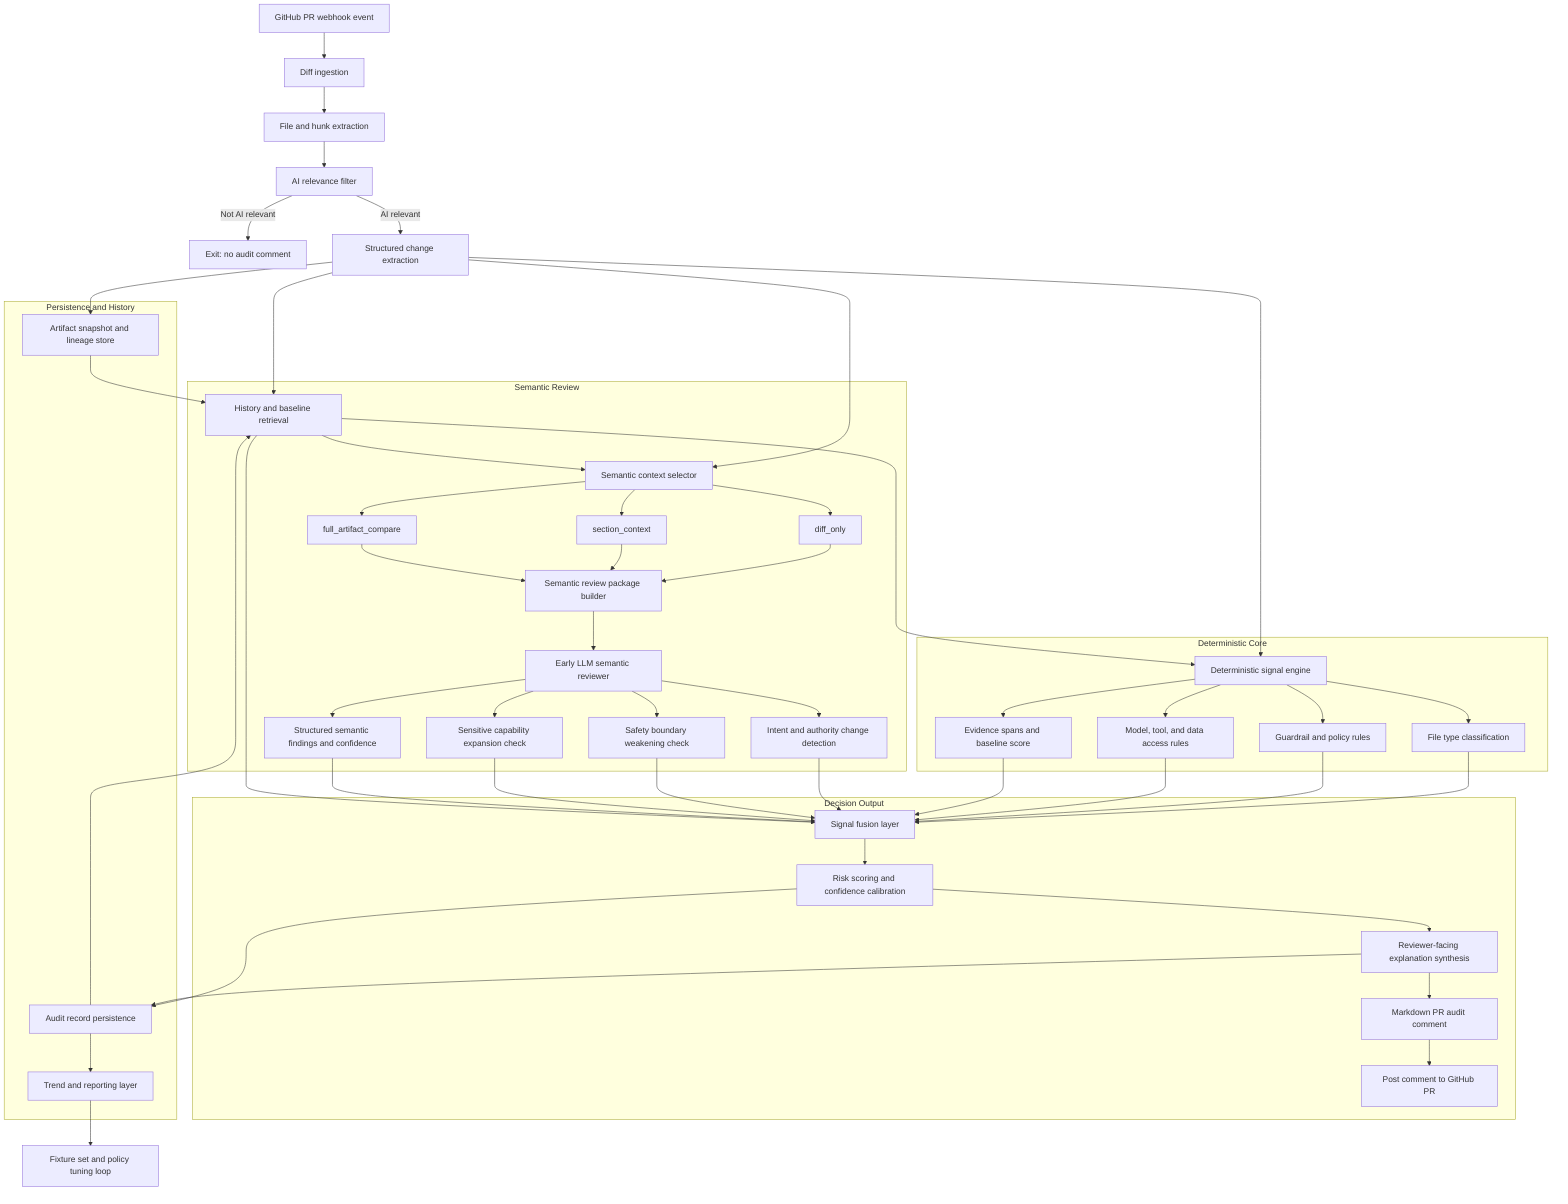
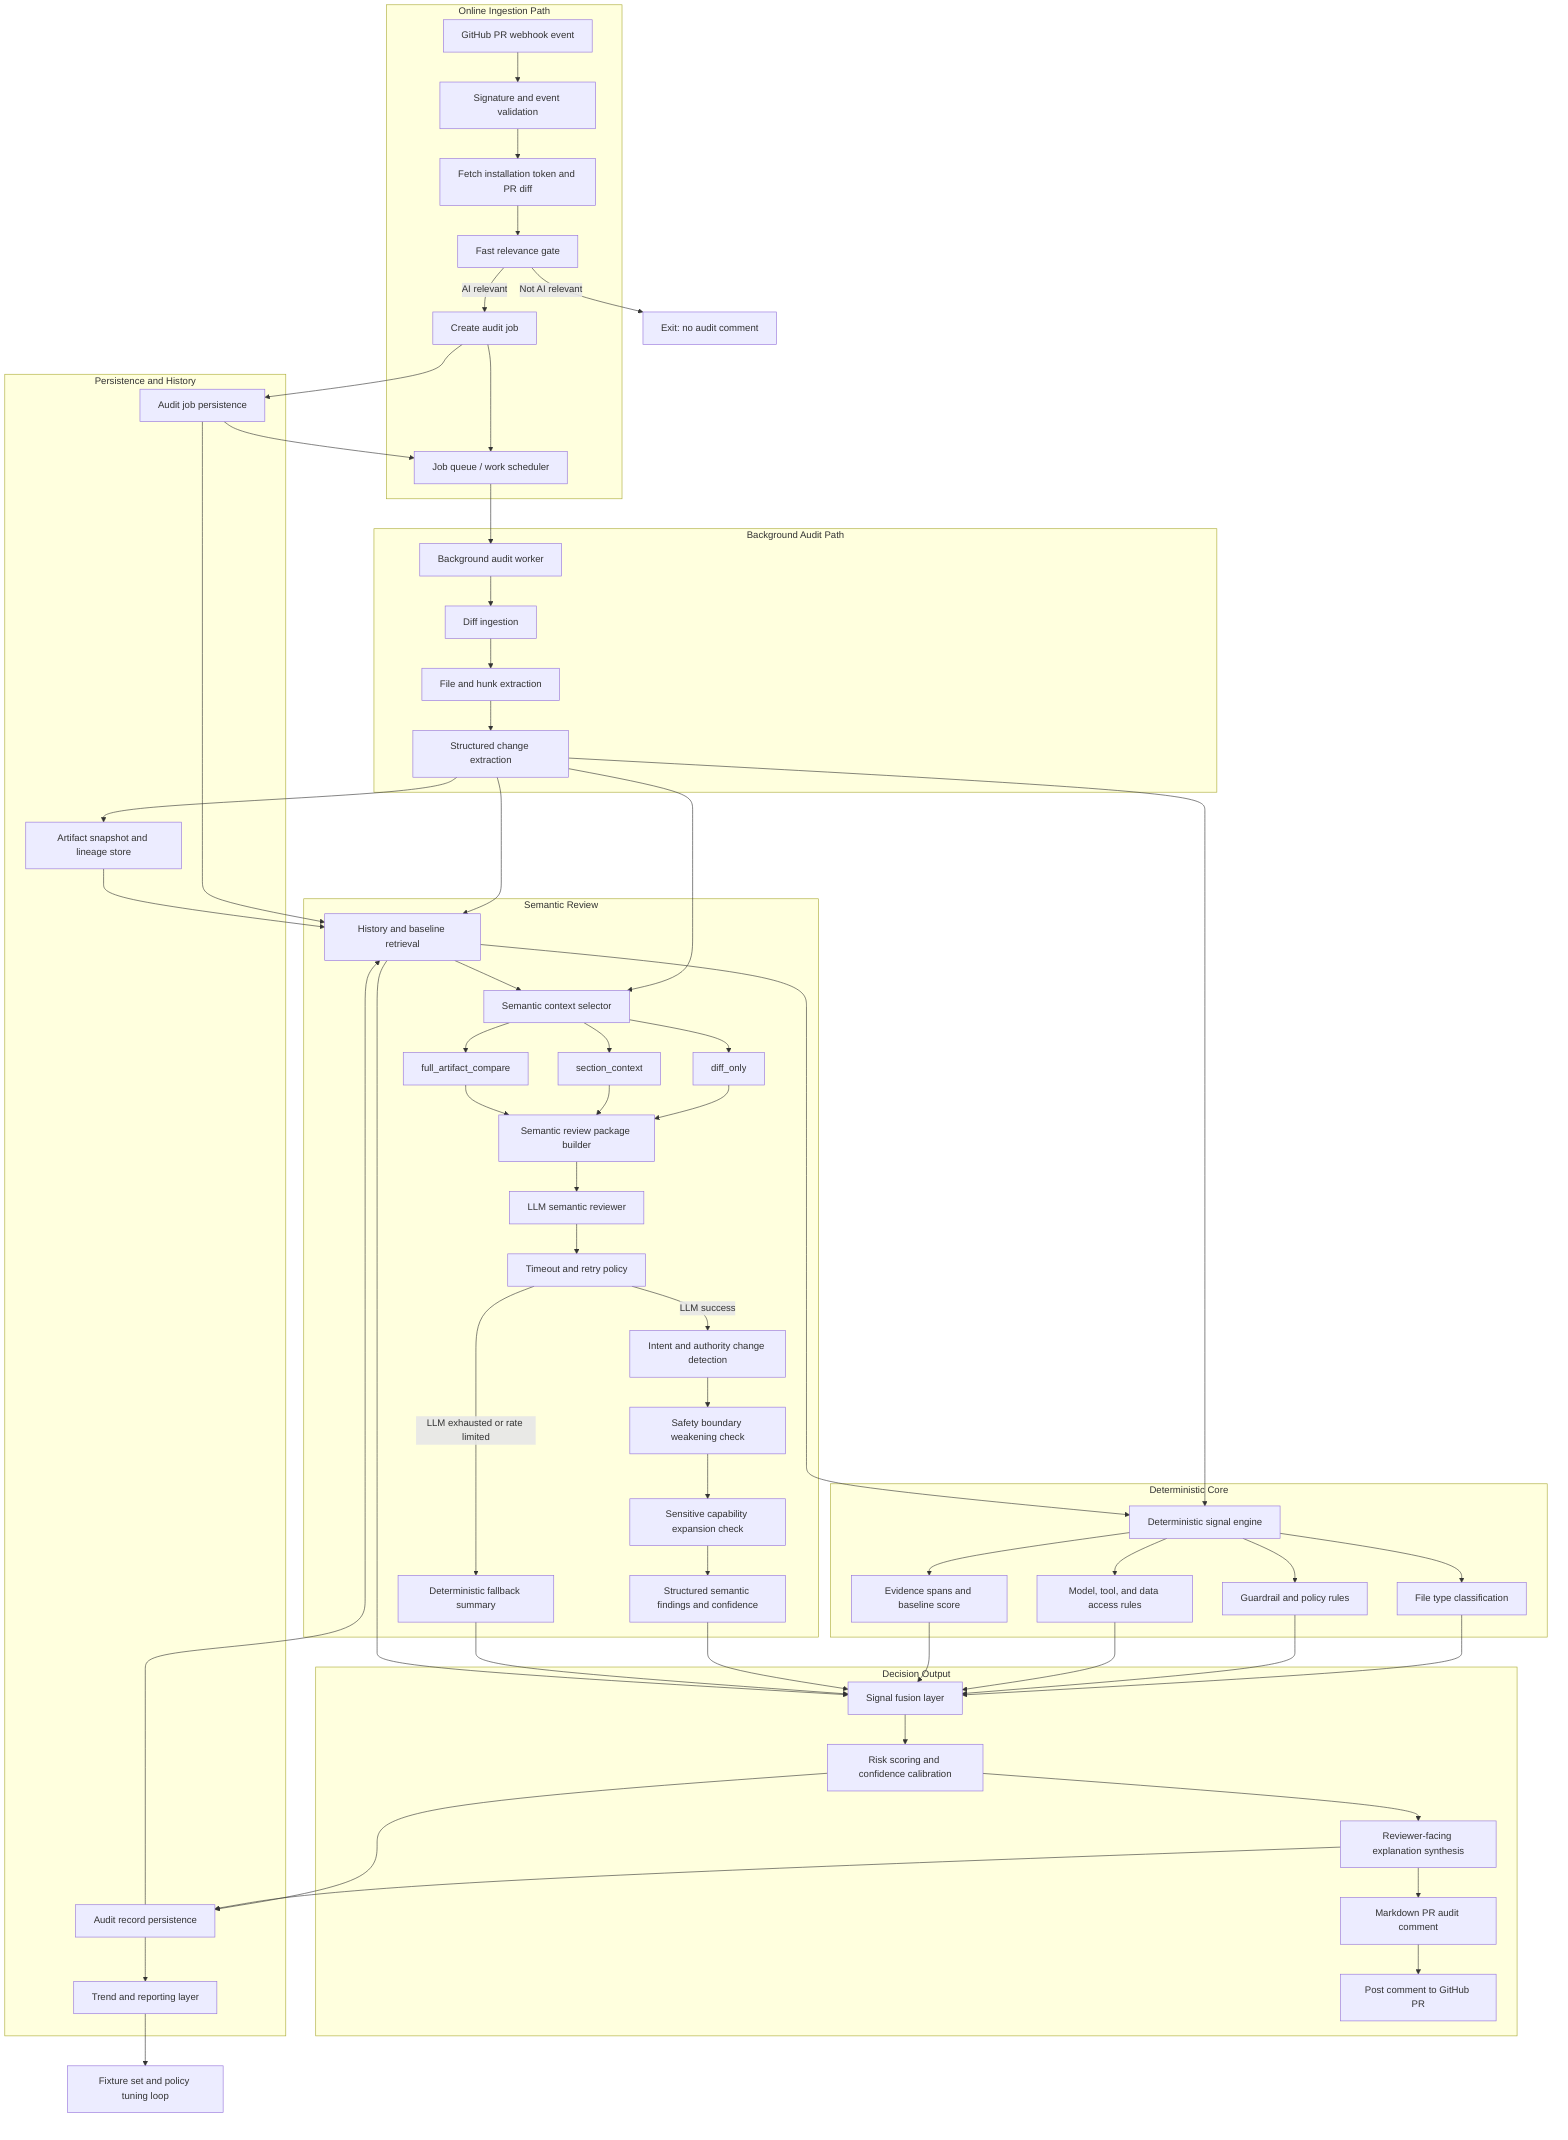
flowchart TD
-     A[GitHub PR webhook event] --> B[Diff ingestion]
+     A[GitHub PR webhook event] --> A1[Signature and event validation]
+     A1 --> A2[Fetch installation token and PR diff]
+     A2 --> A3[Fast relevance gate]
+ 
+     A3 -->|Not AI relevant| Z1[Exit: no audit comment]
+     A3 -->|AI relevant| Q1[Create audit job]
+     Q1 --> Q2[Job queue / work scheduler]
+     Q2 --> Q3[Background audit worker]
+ 
+     Q3 --> B[Diff ingestion]
    B --> C[File and hunk extraction]
-     C --> D[AI relevance filter]
+     C --> D[Structured change extraction]

-     D -->|Not AI relevant| Z1[Exit: no audit comment]
-     D -->|AI relevant| E[Structured change extraction]
- 
-     E --> R[History and baseline retrieval]
-     E --> X[Semantic context selector]
-     E --> F[Deterministic signal engine]
+     D --> R[History and baseline retrieval]
+     D --> X[Semantic context selector]
+     D --> F[Deterministic signal engine]
    R --> X
    R --> F
    X --> X1[diff_only]
    X --> X2[section_context]
    X --> X3[full_artifact_compare]
    X1 --> Y[Semantic review package builder]
    X2 --> Y
    X3 --> Y
-     Y --> G[Early LLM semantic reviewer]
+     Y --> G[LLM semantic reviewer]

    F --> F1[File type classification]
    F --> F2[Guardrail and policy rules]
    F --> F3[Model, tool, and data access rules]
    F --> F4[Evidence spans and baseline score]

-     G --> G1[Intent and authority change detection]
-     G --> G2[Safety boundary weakening check]
-     G --> G3[Sensitive capability expansion check]
-     G --> G4[Structured semantic findings and confidence]
+     G --> G0[Timeout and retry policy]
+     G0 -->|LLM success| G1[Intent and authority change detection]
+     G0 -->|LLM exhausted or rate limited| G5[Deterministic fallback summary]
+     G1 --> G2[Safety boundary weakening check]
+     G2 --> G3[Sensitive capability expansion check]
+     G3 --> G4[Structured semantic findings and confidence]

    F1 --> H[Signal fusion layer]
    F2 --> H
    F3 --> H
    F4 --> H
-     G1 --> H
-     G2 --> H
-     G3 --> H
    G4 --> H
+     G5 --> H
    R --> H

    H --> I[Risk scoring and confidence calibration]
    I --> J[Reviewer-facing explanation synthesis]
    J --> K[Markdown PR audit comment]
    K --> L[Post comment to GitHub PR]

-     E --> P1[Artifact snapshot and lineage store]
+     Q1 --> P0[Audit job persistence]
+     D --> P1[Artifact snapshot and lineage store]
    I --> P2[Audit record persistence]
    J --> P2
+     P0 --> Q2
+     P0 --> R
    P1 --> R
    P2 --> R
    P2 --> M[Trend and reporting layer]
    M --> N[Fixture set and policy tuning loop]
+ 
+     subgraph Online Ingestion Path
+         A
+         A1
+         A2
+         A3
+         Q1
+         Q2
+     end
+ 
+     subgraph Background Audit Path
+         Q3
+         B
+         C
+         D
+     end

    subgraph Deterministic Core
        F
        F1
        F2
        F3
        F4
    end

    subgraph Semantic Review
        R
        X
        X1
        X2
        X3
        Y
        G
+         G0
        G1
        G2
        G3
        G4
+         G5
    end

    subgraph Decision Output
        H
        I
        J
        K
        L
    end

    subgraph Persistence and History
+         P0
        P1
        P2
        M
    end
